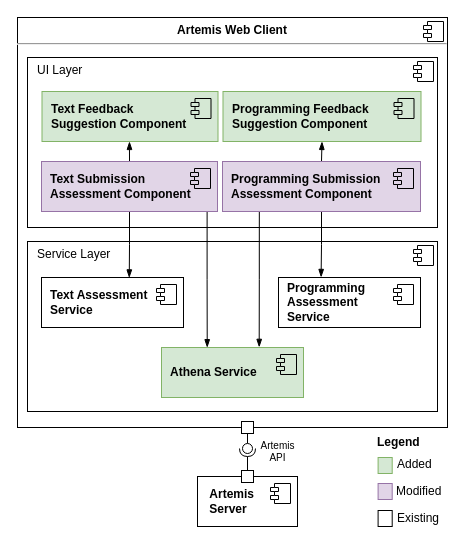
Earlier version of the draw.io diagram page "artemis-client" (4 of 11) of figures/src/subsystem-decomposition.drawio (pal03377/master-thesis). Source tidied: cells renumbered, new cells numbered last; positions are measured from the earlier drawing's top-left corner, leaving out a move shared by most shapes. Both pictures are drawn from the tidied source at 100%, with x=0, y=0 at pixel (17, 17).
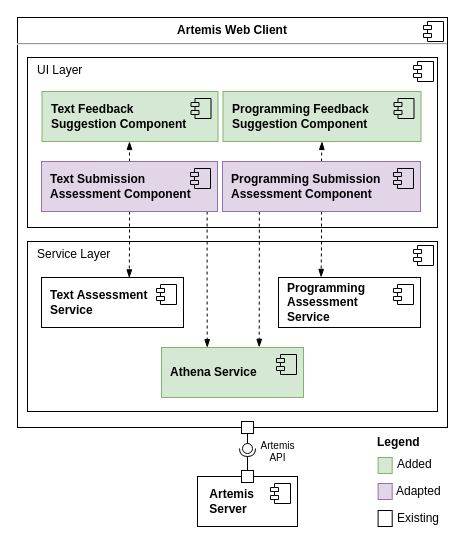
Above is the later version.

Unchanged cells that the change refers to:
```xml
<mxCell id="8" value="&lt;b&gt;Athena Service&lt;/b&gt;" style="html=1;whiteSpace=wrap;align=left;spacingLeft=7;fillColor=#d5e8d4;strokeColor=#82b366;" parent="1" vertex="1">
  <mxGeometry x="144" y="330" width="142" height="50" as="geometry" />
</mxCell>
<mxCell id="18" value="&lt;b&gt;Text Assessment&lt;br&gt;Service&amp;nbsp;&lt;br&gt;&lt;/b&gt;" style="html=1;whiteSpace=wrap;align=left;spacingLeft=7;" parent="1" vertex="1">
  <mxGeometry x="24" y="260" width="142" height="50" as="geometry" />
</mxCell>
<mxCell id="20" value="&lt;b&gt;Programming Assessment&lt;br&gt;Service&amp;nbsp;&lt;br&gt;&lt;/b&gt;" style="html=1;whiteSpace=wrap;align=left;spacingLeft=7;" parent="1" vertex="1">
  <mxGeometry x="261" y="260" width="142" height="50" as="geometry" />
</mxCell>
<mxCell id="25" value="&lt;b&gt;Text Submission&lt;br&gt;Assessment Component&lt;/b&gt;" style="html=1;whiteSpace=wrap;align=left;spacingLeft=7;fillColor=#e1d5e7;strokeColor=#9673a6;" parent="1" vertex="1">
  <mxGeometry x="24" y="144" width="176" height="50" as="geometry" />
</mxCell>
<mxCell id="30" value="&lt;b&gt;Programming Submission&lt;br&gt;Assessment Component&lt;/b&gt;" style="html=1;whiteSpace=wrap;align=left;spacingLeft=7;fillColor=#e1d5e7;strokeColor=#9673a6;" parent="1" vertex="1">
  <mxGeometry x="205" y="144" width="198" height="50" as="geometry" />
</mxCell>
<mxCell id="32" style="group;" parent="1" vertex="1">
  <mxGeometry x="358" y="410" width="73" height="106" as="geometry" />
</mxCell>
<mxCell id="40" value="&lt;b&gt;Text Feedback Suggestion&amp;nbsp;Component&lt;/b&gt;" style="html=1;whiteSpace=wrap;align=left;spacingLeft=7;fillColor=#d5e8d4;strokeColor=#82b366;" parent="1" vertex="1">
  <mxGeometry x="24.5" y="74" width="176" height="50" as="geometry" />
</mxCell>
<mxCell id="42" value="&lt;b&gt;Programming Feedback Suggestion&amp;nbsp;Component&lt;/b&gt;" style="html=1;whiteSpace=wrap;align=left;spacingLeft=7;fillColor=#d5e8d4;strokeColor=#82b366;" parent="1" vertex="1">
  <mxGeometry x="205.5" y="74" width="198" height="50" as="geometry" />
</mxCell>
```

Change to the diagram source:
```diff
@@
-    <mxCell id="22" style="edgeStyle=orthogonalEdgeStyle;rounded=0;jettySize=auto;html=1;exitX=0.5;exitY=1;exitDx=0;exitDy=0;entryX=0.618;entryY=0.007;entryDx=0;entryDy=0;entryPerimeter=0;endArrow=blockThin;endFill=1;" parent="1" edge="1" source="25" target="18">
+    <mxCell id="22" style="edgeStyle=orthogonalEdgeStyle;rounded=0;jettySize=auto;html=1;exitX=0.5;exitY=1;exitDx=0;exitDy=0;entryX=0.618;entryY=0.007;entryDx=0;entryDy=0;entryPerimeter=0;endArrow=blockThin;endFill=1;dashed=1;" parent="1" edge="1" source="25" target="18">
       <mxGeometry relative="1" as="geometry" />
     </mxCell>
-    <mxCell id="23" style="edgeStyle=orthogonalEdgeStyle;rounded=0;jettySize=auto;html=1;exitX=0.941;exitY=1.001;exitDx=0;exitDy=0;entryX=0.322;entryY=0.003;entryDx=0;entryDy=0;entryPerimeter=0;exitPerimeter=0;endArrow=blockThin;endFill=1;" parent="1" edge="1" source="25" target="8">
+    <mxCell id="23" style="edgeStyle=orthogonalEdgeStyle;rounded=0;jettySize=auto;html=1;exitX=0.941;exitY=1.001;exitDx=0;exitDy=0;entryX=0.322;entryY=0.003;entryDx=0;entryDy=0;entryPerimeter=0;exitPerimeter=0;endArrow=blockThin;endFill=1;dashed=1;" parent="1" edge="1" source="25" target="8">
       <mxGeometry relative="1" as="geometry" />
     </mxCell>
-    <mxCell id="24" style="edgeStyle=orthogonalEdgeStyle;rounded=0;jettySize=auto;html=1;exitX=0.5;exitY=0;exitDx=0;exitDy=0;entryX=0.497;entryY=1;entryDx=0;entryDy=0;endArrow=blockThin;endFill=1;entryPerimeter=0;" parent="1" edge="1" source="25" target="40">
+    <mxCell id="24" style="edgeStyle=orthogonalEdgeStyle;rounded=0;jettySize=auto;html=1;exitX=0.5;exitY=0;exitDx=0;exitDy=0;entryX=0.497;entryY=1;entryDx=0;entryDy=0;endArrow=blockThin;endFill=1;entryPerimeter=0;dashed=1;" parent="1" edge="1" source="25" target="40">
       <mxGeometry relative="1" as="geometry" />
     </mxCell>
@@
-    <mxCell id="27" style="edgeStyle=orthogonalEdgeStyle;rounded=0;jettySize=auto;html=1;exitX=0.5;exitY=1;exitDx=0;exitDy=0;entryX=0.3;entryY=-0.002;entryDx=0;entryDy=0;entryPerimeter=0;endArrow=blockThin;endFill=1;" parent="1" edge="1" source="30" target="20">
+    <mxCell id="27" style="edgeStyle=orthogonalEdgeStyle;rounded=0;jettySize=auto;html=1;exitX=0.5;exitY=1;exitDx=0;exitDy=0;entryX=0.3;entryY=-0.002;entryDx=0;entryDy=0;entryPerimeter=0;endArrow=blockThin;endFill=1;dashed=1;" parent="1" edge="1" source="30" target="20">
       <mxGeometry relative="1" as="geometry" />
     </mxCell>
-    <mxCell id="28" style="edgeStyle=orthogonalEdgeStyle;rounded=0;jettySize=auto;html=1;exitX=0.186;exitY=1.004;exitDx=0;exitDy=0;entryX=0.688;entryY=-0.004;entryDx=0;entryDy=0;entryPerimeter=0;exitPerimeter=0;endArrow=blockThin;endFill=1;" parent="1" edge="1" source="30" target="8">
+    <mxCell id="28" style="edgeStyle=orthogonalEdgeStyle;rounded=0;jettySize=auto;html=1;exitX=0.186;exitY=1.004;exitDx=0;exitDy=0;entryX=0.688;entryY=-0.004;entryDx=0;entryDy=0;entryPerimeter=0;exitPerimeter=0;endArrow=blockThin;endFill=1;dashed=1;" parent="1" edge="1" source="30" target="8">
       <mxGeometry relative="1" as="geometry" />
     </mxCell>
-    <mxCell id="29" style="edgeStyle=orthogonalEdgeStyle;rounded=0;jettySize=auto;html=1;exitX=0.5;exitY=0;exitDx=0;exitDy=0;entryX=0.5;entryY=1;entryDx=0;entryDy=0;endArrow=blockThin;endFill=1;" parent="1" edge="1" source="30" target="42">
+    <mxCell id="29" style="edgeStyle=orthogonalEdgeStyle;rounded=0;jettySize=auto;html=1;exitX=0.5;exitY=0;exitDx=0;exitDy=0;entryX=0.5;entryY=1;entryDx=0;entryDy=0;endArrow=blockThin;endFill=1;dashed=1;" parent="1" edge="1" source="30" target="42">
       <mxGeometry relative="1" as="geometry" />
     </mxCell>
@@
-    <mxCell id="38" value="Modified" style="text;html=1;strokeColor=none;fillColor=none;align=left;verticalAlign=middle;whiteSpace=wrap;rounded=0;fontStyle=0;" parent="32" vertex="1">
+    <mxCell id="38" value="Adapted" style="text;html=1;strokeColor=none;fillColor=none;align=left;verticalAlign=middle;whiteSpace=wrap;rounded=0;fontStyle=0;" parent="32" vertex="1">
       <mxGeometry x="18.9" y="49" width="52.8" height="30" as="geometry" />
     </mxCell>
```
